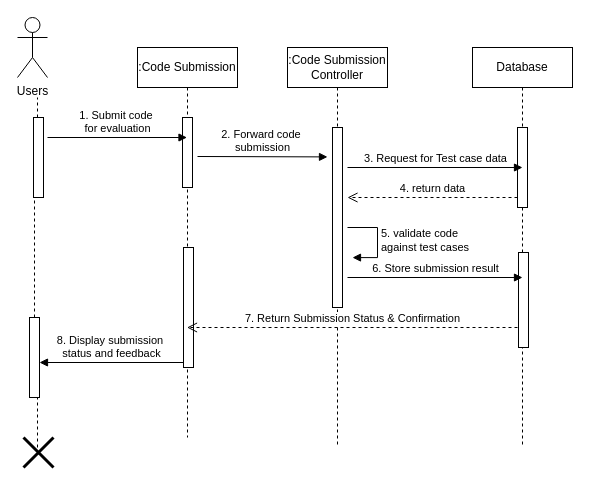
Above: page "Code Submission" (8 of 15) of Sequence Diagram.drawio in shamim36/Final-Defence-Diagram (draw.io), before the change. Source tidied: cells renumbered, new cells numbered last; positions are measured from the earlier drawing's top-left corner, leaving out a move shared by most shapes. Both pictures are drawn from the tidied source at 100%, with x=0, y=0 at pixel (17, 17).
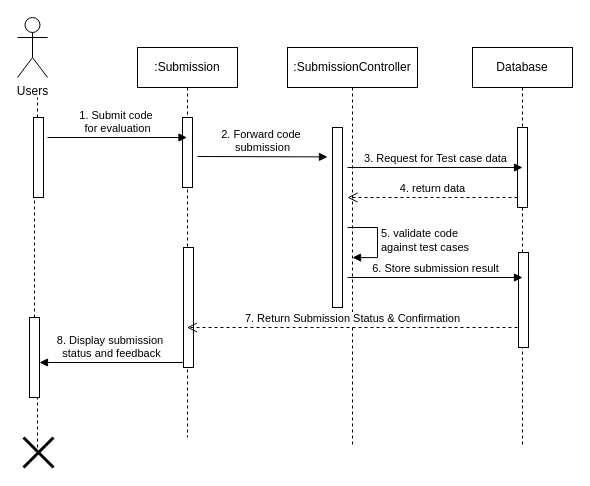
Above is the later version.

Diff of the diagram source:
```diff
@@
-    <mxCell id="2" value=":Code Submission" style="shape=umlLifeline;perimeter=lifelinePerimeter;whiteSpace=wrap;html=1;outlineConnect=0;portConstraint=eastwest;newEdgeStyle={&quot;edgeStyle&quot;:&quot;elbowEdgeStyle&quot;,&quot;elbow&quot;:&quot;vertical&quot;,&quot;curved&quot;:0,&quot;rounded&quot;:0};" parent="1" vertex="1">
+    <mxCell id="2" value=":Submission" style="shape=umlLifeline;perimeter=lifelinePerimeter;whiteSpace=wrap;html=1;outlineConnect=0;portConstraint=eastwest;newEdgeStyle={&quot;edgeStyle&quot;:&quot;elbowEdgeStyle&quot;,&quot;elbow&quot;:&quot;vertical&quot;,&quot;curved&quot;:0,&quot;rounded&quot;:0};" parent="1" vertex="1">
       <mxGeometry x="120" y="30" width="100" height="390" as="geometry" />
     </mxCell>
@@
-    <mxCell id="5" value=":Code Submission&lt;div&gt;Controller&lt;/div&gt;" style="shape=umlLifeline;perimeter=lifelinePerimeter;whiteSpace=wrap;html=1;newEdgeStyle={&quot;edgeStyle&quot;:&quot;elbowEdgeStyle&quot;,&quot;elbow&quot;:&quot;vertical&quot;,&quot;curved&quot;:0,&quot;rounded&quot;:0};" parent="1" vertex="1">
-      <mxGeometry x="270" y="30" width="100" height="400" as="geometry" />
+    <mxCell id="5" value=":Submission&lt;span style=&quot;background-color: transparent; color: light-dark(rgb(0, 0, 0), rgb(255, 255, 255));&quot;&gt;Controller&lt;/span&gt;" style="shape=umlLifeline;perimeter=lifelinePerimeter;whiteSpace=wrap;html=1;newEdgeStyle={&quot;edgeStyle&quot;:&quot;elbowEdgeStyle&quot;,&quot;elbow&quot;:&quot;vertical&quot;,&quot;curved&quot;:0,&quot;rounded&quot;:0};" parent="1" vertex="1">
+      <mxGeometry x="270" y="30" width="130" height="400" as="geometry" />
     </mxCell>
```
